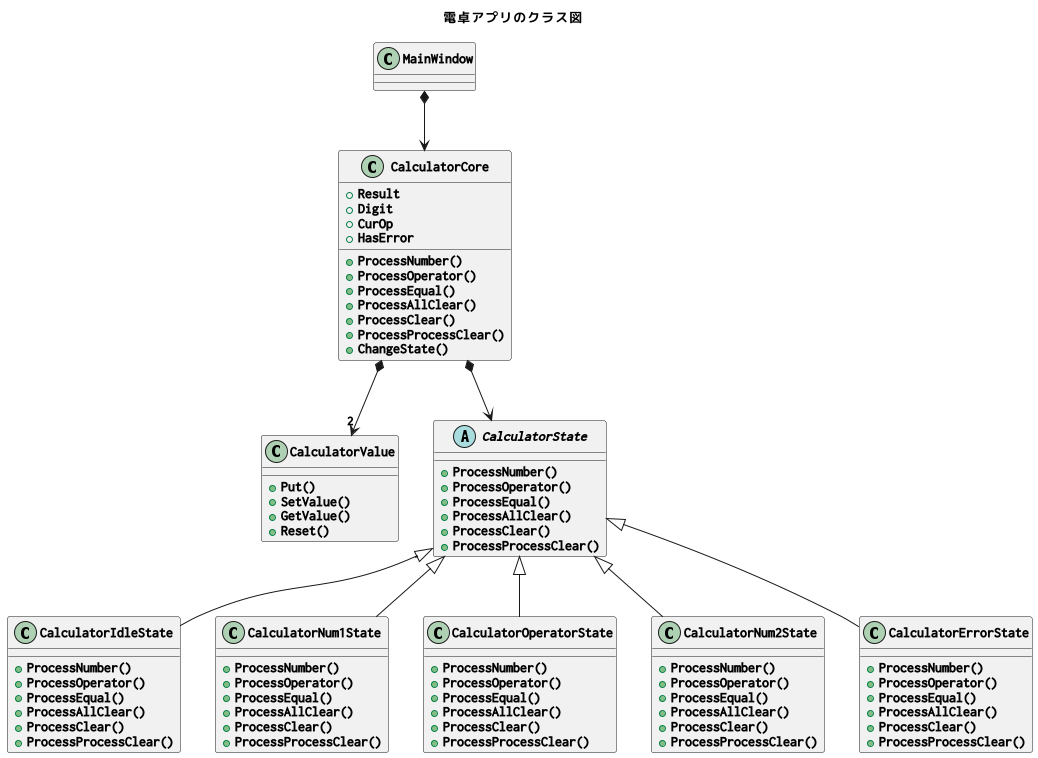
Earlier version of the PlantUML export images/ClassDiagram.png (peregrine-a/Calculator). Source of this version:
```plantuml
@startuml

skinparam {
    defaultFontName Ricty Diminished Bold
}

title 電卓アプリのクラス図



class MainWindow
class CalculatorCore
{
    + Result
    + Digit
    + CurOp
    + HasError

    + ProcessNumber()
    + ProcessOperator()
    + ProcessEqual()
    + ProcessAllClear()
    + ProcessClear()
    + ProcessProcessClear()
    + ChangeState()
}

class CalculatorValue
{
    + Put()
    + SetValue()
    + GetValue()
    + Reset()
}


abstract class CalculatorState
{
    + ProcessNumber()
    + ProcessOperator()
    + ProcessEqual()
    + ProcessAllClear()
    + ProcessClear()
    + ProcessProcessClear()
}


class CalculatorIdleState
{
    + ProcessNumber()
    + ProcessOperator()
    + ProcessEqual()
    + ProcessAllClear()
    + ProcessClear()
    + ProcessProcessClear()
}

class CalculatorNum1State
{
    + ProcessNumber()
    + ProcessOperator()
    + ProcessEqual()
    + ProcessAllClear()
    + ProcessClear()
    + ProcessProcessClear()
}

class CalculatorOperatorState
{
    + ProcessNumber()
    + ProcessOperator()
    + ProcessEqual()
    + ProcessAllClear()
    + ProcessClear()
    + ProcessProcessClear()
}

class CalculatorNum2State
{
    + ProcessNumber()
    + ProcessOperator()
    + ProcessEqual()
    + ProcessAllClear()
    + ProcessClear()
    + ProcessProcessClear()
}

class CalculatorErrorState
{
    + ProcessNumber()
    + ProcessOperator()
    + ProcessEqual()
    + ProcessAllClear()
    + ProcessClear()
    + ProcessProcessClear()
}


MainWindow *--> CalculatorCore
CalculatorCore *--> CalculatorState
CalculatorCore *--> "2" CalculatorValue
CalculatorState <|-- CalculatorIdleState
CalculatorState <|-- CalculatorNum1State
CalculatorState <|-- CalculatorOperatorState
CalculatorState <|-- CalculatorNum2State
CalculatorState <|-- CalculatorErrorState


@enduml
```
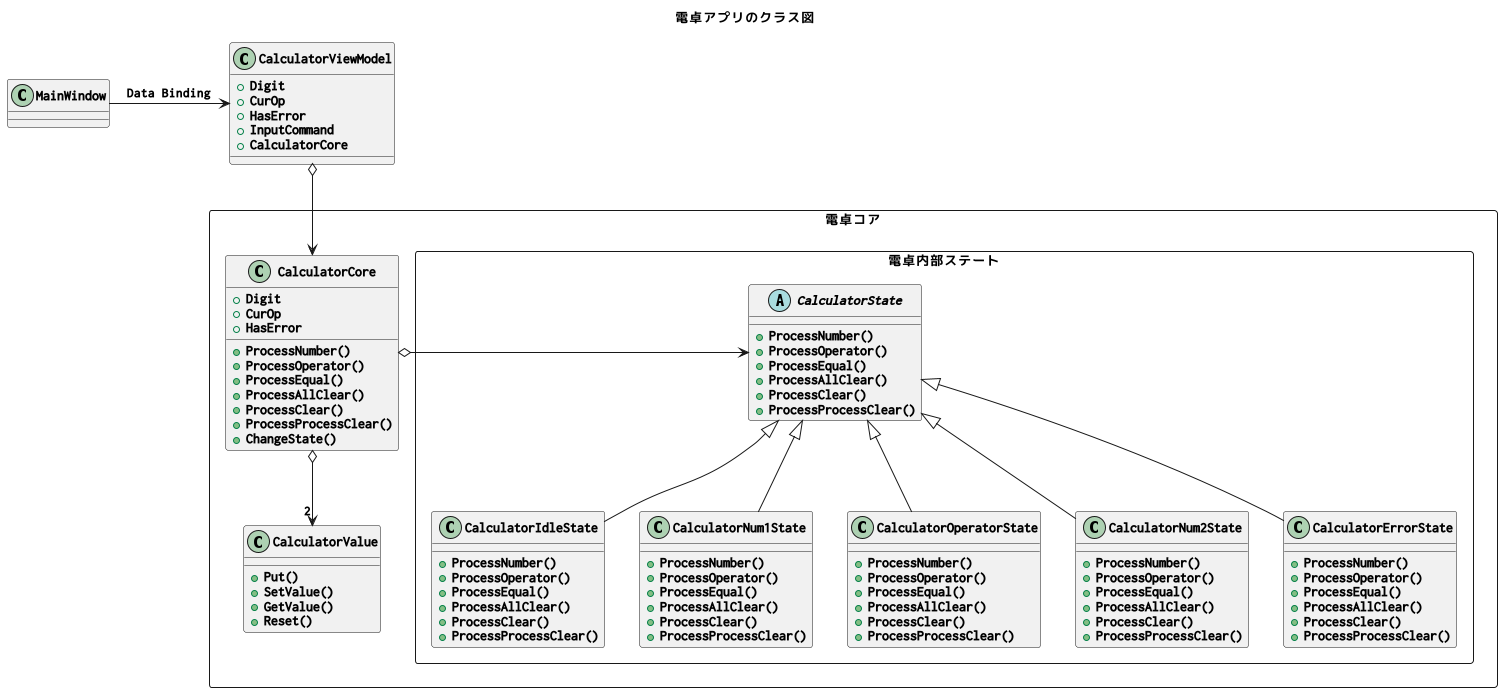
After the change.

Change to the diagram source:
```diff
@@ -9,9 +9,21 @@
 
 
 class MainWindow
+
+class CalculatorViewModel
+{
+    + Digit
+    + CurOp
+    + HasError
+    + InputCommand
+    + CalculatorCore
+}
+
+package 電卓コア <<Rectangle>>
+{
+
 class CalculatorCore
 {
-    + Result
     + Digit
     + CurOp
     + HasError
@@ -32,6 +44,12 @@
     + GetValue()
     + Reset()
 }
+
+package 電卓内部ステート <<Rectangle>>
+{
+
+
+
 
 
 abstract class CalculatorState
@@ -95,15 +113,19 @@
     + ProcessProcessClear()
 }
 
+}
+}
 
-MainWindow *--> CalculatorCore
-CalculatorCore *--> CalculatorState
-CalculatorCore *--> "2" CalculatorValue
-CalculatorState <|-- CalculatorIdleState
-CalculatorState <|-- CalculatorNum1State
-CalculatorState <|-- CalculatorOperatorState
-CalculatorState <|-- CalculatorNum2State
-CalculatorState <|-- CalculatorErrorState
+
+MainWindow          -r->  CalculatorViewModel : Data Binding
+CalculatorViewModel o-d->  CalculatorCore
+CalculatorCore      o-d->  "2" CalculatorValue
+CalculatorCore      o-r->  CalculatorState
+CalculatorState     <|-d- CalculatorIdleState
+CalculatorState     <|-d- CalculatorNum1State
+CalculatorState     <|-d- CalculatorOperatorState
+CalculatorState     <|-d- CalculatorNum2State
+CalculatorState     <|-d- CalculatorErrorState
 
 
 @enduml
```
